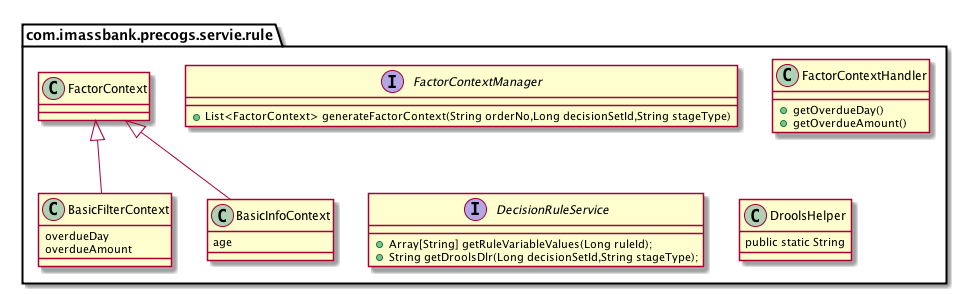
feidragon/feidragon.github.io keeps this PlantUML diagram as images/risk/ClassDiagram-ruleInterface.png. Above is the earlier version.
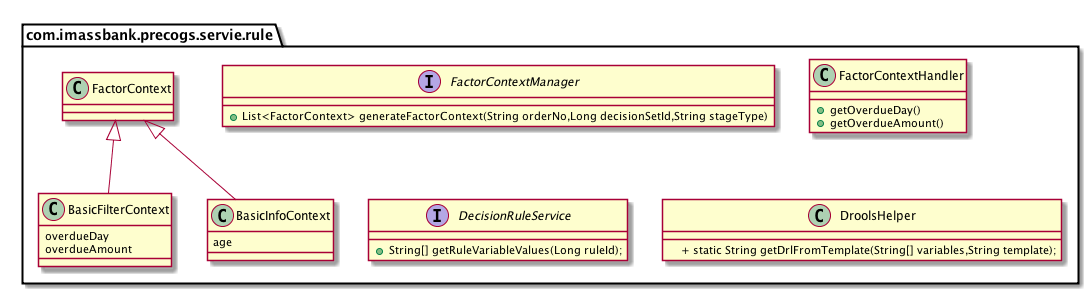
After the change.

Change to the diagram source:
```diff
@@ -24,13 +24,14 @@
   }
 
   interface DecisionRuleService{
-    + Array[String] getRuleVariableValues(Long ruleId);
-    + String getDroolsDlr(Long decisionSetId,String stageType);
+    + String[] getRuleVariableValues(Long ruleId);
 
   }
 
   class DroolsHelper{
-    public static String
+
+    + static String getDrlFromTemplate(String[] variables,String template);
+
   }
 
 }
```
